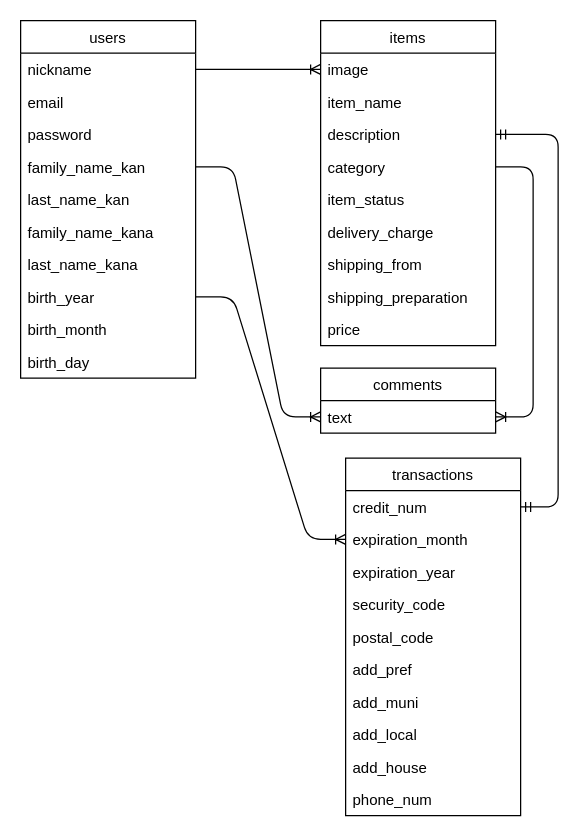
Earlier version of the draw.io diagram furima_er.dio (Koichi-Nak/furima-30508). Source tidied: cells renumbered, new cells numbered last; positions are measured from the earlier drawing's top-left corner, leaving out a move shared by most shapes. Both pictures are drawn from the tidied source at 125%, with x=0, y=0 at pixel (20, 20).
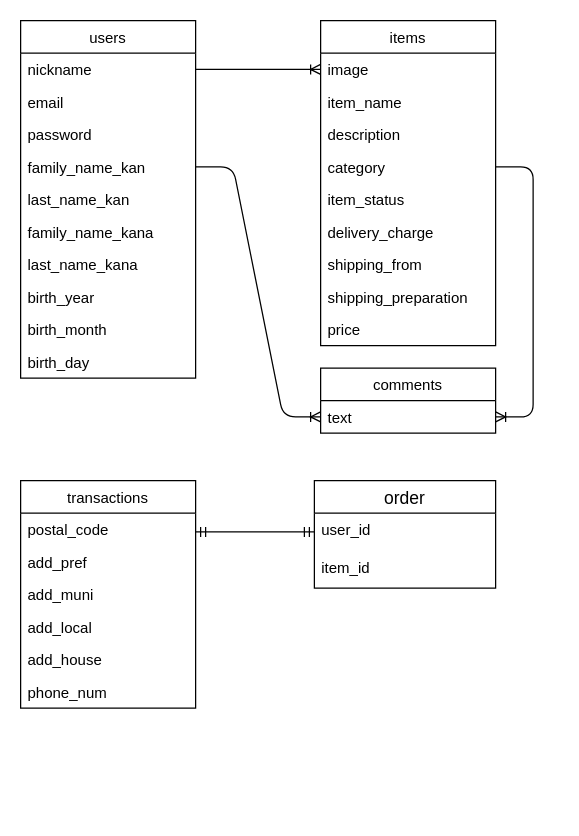
The same diagram, later.

Commit message (it also covers changes not shown here):
ER図とREADMEの修正

The change refers to these unchanged cells:
```xml
<mxCell id="15" value="birth_year" style="text;strokeColor=none;fillColor=none;align=left;verticalAlign=top;spacingLeft=4;spacingRight=4;overflow=hidden;points=[[0,0.5],[1,0.5]];portConstraint=eastwest;" parent="7" vertex="1">
  <mxGeometry y="208" width="140" height="26" as="geometry" />
</mxCell>
<mxCell id="21" value="description" style="text;strokeColor=none;fillColor=none;align=left;verticalAlign=top;spacingLeft=4;spacingRight=4;overflow=hidden;points=[[0,0.5],[1,0.5]];portConstraint=eastwest;" parent="18" vertex="1">
  <mxGeometry y="78" width="140" height="26" as="geometry" />
</mxCell>
```

Diff of the diagram source:
```diff
@@
-    <mxCell id="5" style="edgeStyle=entityRelationEdgeStyle;fontSize=12;html=1;endArrow=ERmandOne;startArrow=ERmandOne;exitX=1;exitY=0.5;exitDx=0;exitDy=0;jumpSize=6;arcSize=20;noJump=0;snapToPoint=0;anchorPointDirection=1;endFill=1;" parent="1" edge="1" source="21" target="29">
-      <mxGeometry relative="1" as="geometry" />
-    </mxCell>
-    <mxCell id="6" style="edgeStyle=entityRelationEdgeStyle;fontSize=12;html=1;endArrow=ERoneToMany;exitX=1;exitY=0.5;exitDx=0;exitDy=0;entryX=0;entryY=0.5;entryDx=0;entryDy=0;" parent="1" edge="1" source="15" target="30">
-      <mxGeometry relative="1" as="geometry" />
-    </mxCell>
@@
+    <mxCell id="39" value="comments" style="swimlane;fontStyle=0;horizontal=1;startSize=26;fillColor=none;" parent="1" vertex="1">
+      <mxGeometry x="240" y="278" width="140" height="52" as="geometry" />
+    </mxCell>
+    <mxCell id="40" value="text" style="text;strokeColor=none;fillColor=none;align=left;verticalAlign=top;spacingLeft=4;spacingRight=4;overflow=hidden;points=[[0,0.5],[1,0.5]];portConstraint=eastwest;" parent="39" vertex="1">
+      <mxGeometry y="26" width="140" height="26" as="geometry" />
+    </mxCell>
     <mxCell id="28" value="transactions" style="swimlane;fontStyle=0;horizontal=1;startSize=26;fillColor=none;" parent="1" vertex="1">
-      <mxGeometry x="260" y="350" width="140" height="286" as="geometry" />
+      <mxGeometry y="368" width="140" height="182" as="geometry" />
     </mxCell>
-    <mxCell id="29" value="credit_num" style="text;strokeColor=none;fillColor=none;align=left;verticalAlign=top;spacingLeft=4;spacingRight=4;overflow=hidden;points=[[0,0.5],[1,0.5]];portConstraint=eastwest;" parent="28" vertex="1">
-      <mxGeometry y="26" width="140" height="26" as="geometry" />
-    </mxCell>
-    <mxCell id="30" value="expiration_month" style="text;strokeColor=none;fillColor=none;align=left;verticalAlign=top;spacingLeft=4;spacingRight=4;overflow=hidden;points=[[0,0.5],[1,0.5]];portConstraint=eastwest;" parent="28" vertex="1">
-      <mxGeometry y="52" width="140" height="26" as="geometry" />
-    </mxCell>
-    <mxCell id="31" value="expiration_year" style="text;strokeColor=none;fillColor=none;align=left;verticalAlign=top;spacingLeft=4;spacingRight=4;overflow=hidden;" parent="28" vertex="1">
-      <mxGeometry y="78" width="140" height="26" as="geometry" />
-    </mxCell>
-    <mxCell id="32" value="security_code" style="text;strokeColor=none;fillColor=none;align=left;verticalAlign=top;spacingLeft=4;spacingRight=4;overflow=hidden;" parent="28" vertex="1">
-      <mxGeometry y="104" width="140" height="26" as="geometry" />
-    </mxCell>
     <mxCell id="33" value="postal_code" style="text;strokeColor=none;fillColor=none;align=left;verticalAlign=top;spacingLeft=4;spacingRight=4;overflow=hidden;" parent="28" vertex="1">
-      <mxGeometry y="130" width="140" height="26" as="geometry" />
+      <mxGeometry y="26" width="140" height="26" as="geometry" />
     </mxCell>
     <mxCell id="34" value="add_pref" style="text;strokeColor=none;fillColor=none;align=left;verticalAlign=top;spacingLeft=4;spacingRight=4;overflow=hidden;" parent="28" vertex="1">
-      <mxGeometry y="156" width="140" height="26" as="geometry" />
+      <mxGeometry y="52" width="140" height="26" as="geometry" />
     </mxCell>
     <mxCell id="35" value="add_muni" style="text;strokeColor=none;fillColor=none;align=left;verticalAlign=top;spacingLeft=4;spacingRight=4;overflow=hidden;" parent="28" vertex="1">
-      <mxGeometry y="182" width="140" height="26" as="geometry" />
+      <mxGeometry y="78" width="140" height="26" as="geometry" />
     </mxCell>
     <mxCell id="36" value="add_local" style="text;strokeColor=none;fillColor=none;align=left;verticalAlign=top;spacingLeft=4;spacingRight=4;overflow=hidden;" parent="28" vertex="1">
-      <mxGeometry y="208" width="140" height="26" as="geometry" />
+      <mxGeometry y="104" width="140" height="26" as="geometry" />
     </mxCell>
     <mxCell id="37" value="add_house" style="text;strokeColor=none;fillColor=none;align=left;verticalAlign=top;spacingLeft=4;spacingRight=4;overflow=hidden;" parent="28" vertex="1">
-      <mxGeometry y="234" width="140" height="26" as="geometry" />
+      <mxGeometry y="130" width="140" height="26" as="geometry" />
     </mxCell>
     <mxCell id="38" value="phone_num" style="text;strokeColor=none;fillColor=none;align=left;verticalAlign=top;spacingLeft=4;spacingRight=4;overflow=hidden;" parent="28" vertex="1">
-      <mxGeometry y="260" width="140" height="26" as="geometry" />
+      <mxGeometry y="156" width="140" height="26" as="geometry" />
     </mxCell>
-    <mxCell id="39" value="comments" style="swimlane;fontStyle=0;horizontal=1;startSize=26;fillColor=none;" parent="1" vertex="1">
-      <mxGeometry x="240" y="278" width="140" height="52" as="geometry" />
-    </mxCell>
-    <mxCell id="40" value="text" style="text;strokeColor=none;fillColor=none;align=left;verticalAlign=top;spacingLeft=4;spacingRight=4;overflow=hidden;points=[[0,0.5],[1,0.5]];portConstraint=eastwest;" parent="39" vertex="1">
-      <mxGeometry y="26" width="140" height="26" as="geometry" />
-    </mxCell>
+    <mxCell id="41" value="order" style="swimlane;fontStyle=0;horizontal=1;startSize=26;align=center;fontSize=14;" parent="1" vertex="1">
+      <mxGeometry x="235" y="368" width="145" height="86" as="geometry" />
+    </mxCell>
+    <mxCell id="42" value="user_id" style="text;strokeColor=none;fillColor=none;spacingLeft=4;spacingRight=4;overflow=hidden;points=[[0,0.5],[1,0.5]];portConstraint=eastwest;fontSize=12;" parent="41" vertex="1">
+      <mxGeometry y="26" width="145" height="30" as="geometry" />
+    </mxCell>
+    <mxCell id="43" value="item_id" style="text;strokeColor=none;fillColor=none;spacingLeft=4;spacingRight=4;overflow=hidden;fontSize=12;" parent="41" vertex="1">
+      <mxGeometry y="56" width="145" height="30" as="geometry" />
+    </mxCell>
+    <mxCell id="44" style="edgeStyle=entityRelationEdgeStyle;fontSize=12;html=1;endArrow=ERmandOne;startArrow=ERmandOne;entryX=0;entryY=0.5;entryDx=0;entryDy=0;" parent="1" edge="1" target="42">
+      <mxGeometry relative="1" as="geometry">
+        <mxPoint x="140" y="409" as="sourcePoint" />
+      </mxGeometry>
+    </mxCell>
```
